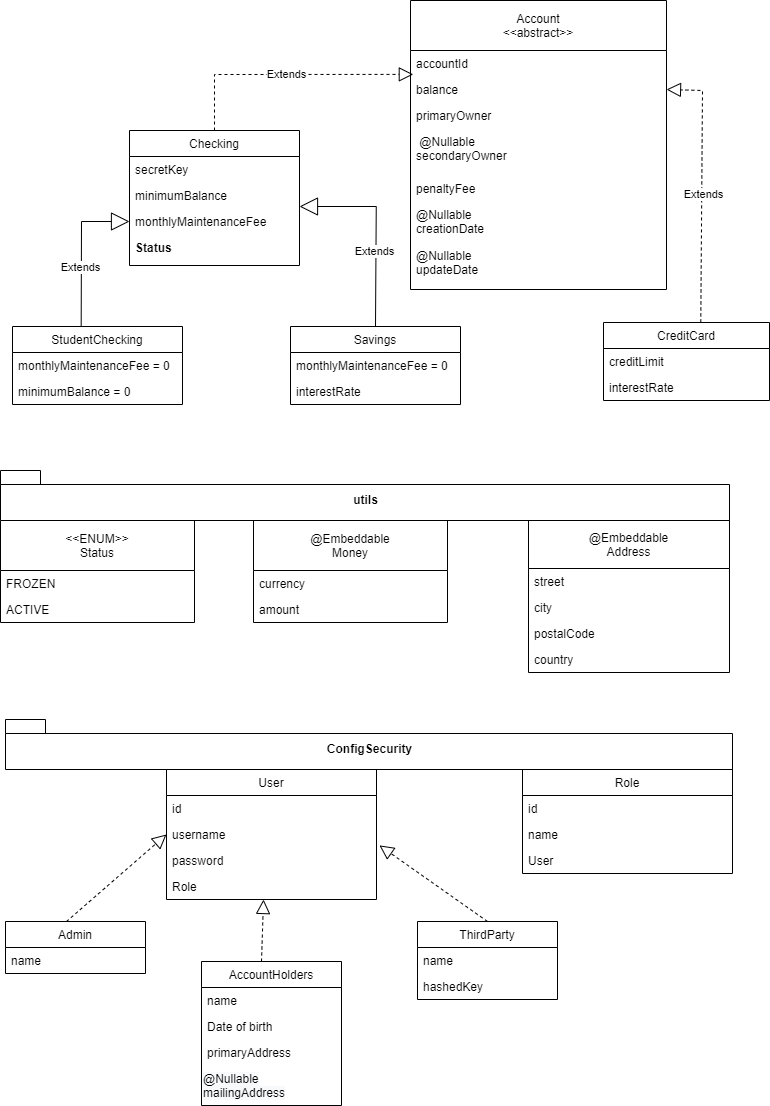
Before: Diagrama de Clase - BankingProject.png, a diagram exported from draw.io (IreneOliveto/IronHack-final-project). Source tidied: cells renumbered, new cells last; positions are measured from the earlier drawing's top-left corner, leaving out a move shared by most shapes.
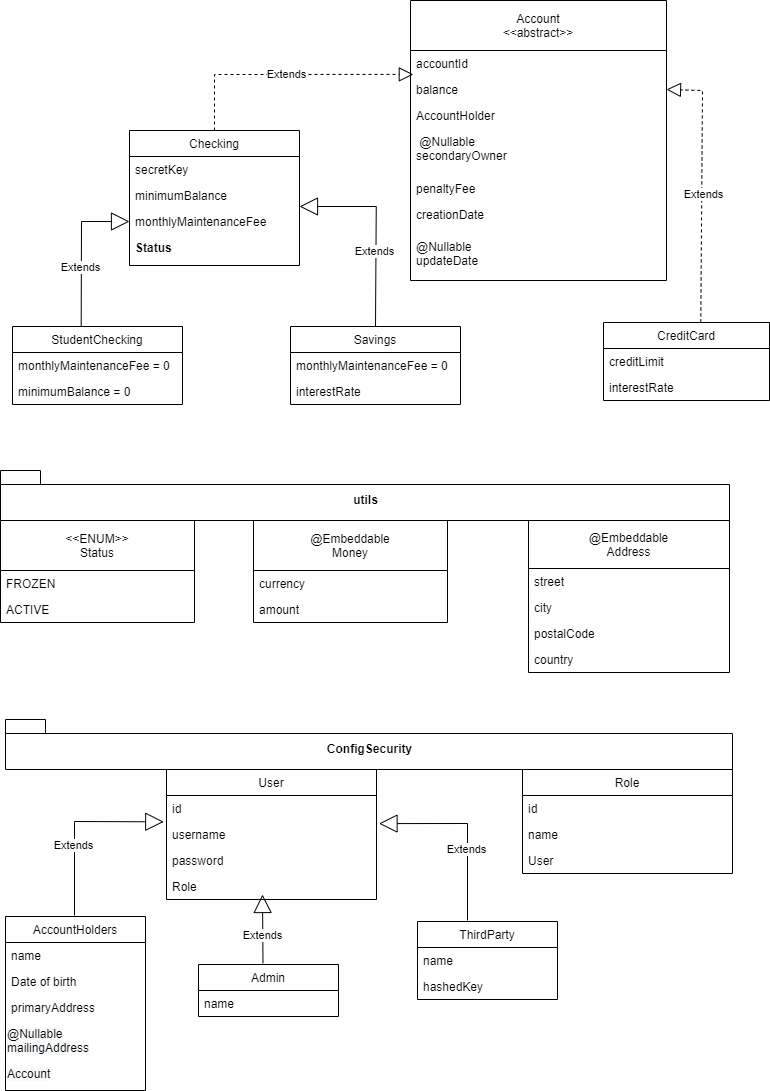
The same file after the commit.

Change to the diagram source:
```diff
@@ -3,7 +3,7 @@
     <mxCell id="0" />
     <mxCell id="1" parent="0" />
     <mxCell id="2" value="Account&#10;&lt;&lt;abstract&gt;&gt;" style="swimlane;fontStyle=0;horizontal=1;startSize=50;fillColor=none;" parent="1" vertex="1">
-      <mxGeometry x="410" width="256" height="289" as="geometry" />
+      <mxGeometry x="410" width="256" height="280" as="geometry" />
     </mxCell>
     <mxCell id="3" value="accountId" style="text;strokeColor=none;fillColor=none;align=left;verticalAlign=top;spacingLeft=4;spacingRight=4;overflow=hidden;" parent="2" vertex="1">
       <mxGeometry y="50" width="256" height="26" as="geometry" />
@@ -11,7 +11,7 @@
     <mxCell id="4" value="balance" style="text;strokeColor=none;fillColor=none;align=left;verticalAlign=top;spacingLeft=4;spacingRight=4;overflow=hidden;points=[[0,0.5],[1,0.5]];portConstraint=eastwest;" parent="2" vertex="1">
       <mxGeometry y="76" width="256" height="26" as="geometry" />
     </mxCell>
-    <mxCell id="5" value="primaryOwner" style="text;strokeColor=none;fillColor=none;align=left;verticalAlign=top;spacingLeft=4;spacingRight=4;overflow=hidden;" parent="2" vertex="1">
+    <mxCell id="5" value="AccountHolder" style="text;strokeColor=none;fillColor=none;align=left;verticalAlign=top;spacingLeft=4;spacingRight=4;overflow=hidden;" parent="2" vertex="1">
       <mxGeometry y="102" width="256" height="26" as="geometry" />
     </mxCell>
     <mxCell id="6" value=" @Nullable&#10;secondaryOwner" style="text;align=left;verticalAlign=top;spacingLeft=4;spacingRight=4;overflow=hidden;strokeColor=none;" parent="2" vertex="1">
@@ -20,11 +20,11 @@
     <mxCell id="7" value="penaltyFee" style="text;align=left;verticalAlign=top;spacingLeft=4;spacingRight=4;overflow=hidden;" parent="2" vertex="1">
       <mxGeometry y="175" width="256" height="26" as="geometry" />
     </mxCell>
-    <mxCell id="8" value="@Nullable&#10;creationDate" style="text;align=left;verticalAlign=top;spacingLeft=4;spacingRight=4;overflow=hidden;" parent="2" vertex="1">
-      <mxGeometry y="201" width="256" height="41" as="geometry" />
+    <mxCell id="8" value="creationDate" style="text;align=left;verticalAlign=top;spacingLeft=4;spacingRight=4;overflow=hidden;" parent="2" vertex="1">
+      <mxGeometry y="201" width="256" height="32" as="geometry" />
     </mxCell>
     <mxCell id="9" value="@Nullable&#10;updateDate" style="text;align=left;verticalAlign=top;spacingLeft=4;spacingRight=4;overflow=hidden;" parent="2" vertex="1">
-      <mxGeometry y="242" width="256" height="47" as="geometry" />
+      <mxGeometry y="233" width="256" height="47" as="geometry" />
     </mxCell>
     <mxCell id="10" value="Checking" style="swimlane;fontStyle=0;align=center;verticalAlign=top;horizontal=1;startSize=26;rounded=0;shadow=0;strokeWidth=1;" parent="1" vertex="1">
       <mxGeometry x="129" y="130" width="170" height="135" as="geometry" />
@@ -102,6 +102,12 @@
     <mxCell id="33" value="password" style="text;strokeColor=none;fillColor=none;align=left;verticalAlign=top;spacingLeft=4;spacingRight=4;overflow=hidden;points=[[0,0.5],[1,0.5]];portConstraint=eastwest;" parent="30" vertex="1">
       <mxGeometry y="78" width="210" height="26" as="geometry" />
     </mxCell>
+    <mxCell id="66" value="Extends" style="endArrow=block;endSize=16;endFill=0;html=1;rounded=0;" parent="30" edge="1">
+      <mxGeometry x="-0.19" relative="1" as="geometry">
+        <mxPoint x="96.5" y="193.9" as="sourcePoint" />
+        <mxPoint x="96" y="125" as="targetPoint" />
+      </mxGeometry>
+    </mxCell>
     <mxCell id="34" value="Role" style="text;strokeColor=none;fillColor=none;align=left;verticalAlign=top;spacingLeft=4;spacingRight=4;overflow=hidden;points=[[0,0.5],[1,0.5]];portConstraint=eastwest;" parent="30" vertex="1">
       <mxGeometry y="104" width="210" height="26" as="geometry" />
     </mxCell>
@@ -114,6 +120,14 @@
     <mxCell id="37" value="id" style="text;strokeColor=none;fillColor=none;align=left;verticalAlign=top;spacingLeft=4;spacingRight=4;overflow=hidden;" parent="36" vertex="1">
       <mxGeometry y="26" width="210" height="26" as="geometry" />
     </mxCell>
+    <mxCell id="67" value="Extends" style="endArrow=block;endSize=16;endFill=0;html=1;rounded=0;entryX=1.012;entryY=0.081;entryDx=0;entryDy=0;entryPerimeter=0;" parent="36" edge="1" target="32">
+      <mxGeometry x="-0.24" y="1" relative="1" as="geometry">
+        <mxPoint x="-55" y="151" as="sourcePoint" />
+        <Array as="points">
+          <mxPoint x="-55" y="54" />
+        </Array>
+      </mxGeometry>
+    </mxCell>
     <mxCell id="38" value="name" style="text;strokeColor=none;fillColor=none;align=left;verticalAlign=top;spacingLeft=4;spacingRight=4;overflow=hidden;" parent="36" vertex="1">
       <mxGeometry y="52" width="210" height="26" as="geometry" />
     </mxCell>
@@ -121,19 +135,14 @@
       <mxGeometry y="78" width="210" height="26" as="geometry" />
     </mxCell>
     <mxCell id="40" value="Admin" style="swimlane;fontStyle=0;horizontal=1;startSize=26;fillColor=none;" parent="1" vertex="1">
-      <mxGeometry x="5" y="921" width="140" height="52" as="geometry" />
+      <mxGeometry x="198" y="964" width="140" height="52" as="geometry" />
     </mxCell>
     <mxCell id="41" value="name" style="text;strokeColor=none;fillColor=none;align=left;verticalAlign=top;spacingLeft=4;spacingRight=4;overflow=hidden;" parent="40" vertex="1">
       <mxGeometry y="26" width="140" height="26" as="geometry" />
     </mxCell>
     <mxCell id="42" value="AccountHolders" style="swimlane;fontStyle=0;horizontal=1;startSize=26;fillColor=none;" parent="1" vertex="1">
-      <mxGeometry x="201" y="961" width="140" height="144" as="geometry" />
+      <mxGeometry x="5" y="916" width="140" height="174" as="geometry" />
     </mxCell>
-    <mxCell id="43" style="endArrow=block;dashed=1;endFill=0;endSize=12;html=1;rounded=0;entryX=0.462;entryY=1;entryDx=0;entryDy=0;entryPerimeter=0;" parent="42" edge="1" target="34">
-      <mxGeometry relative="1" as="geometry">
-        <mxPoint x="60" as="sourcePoint" />
-      </mxGeometry>
-    </mxCell>
     <mxCell id="44" value="name" style="text;strokeColor=none;fillColor=none;align=left;verticalAlign=top;spacingLeft=4;spacingRight=4;overflow=hidden;" parent="42" vertex="1">
       <mxGeometry y="26" width="140" height="26" as="geometry" />
     </mxCell>
@@ -146,6 +155,9 @@
     <mxCell id="47" value="&lt;span style=&quot;color: rgb(0, 0, 0); font-family: Helvetica; font-size: 12px; font-style: normal; font-variant-ligatures: normal; font-variant-caps: normal; font-weight: 400; letter-spacing: normal; orphans: 2; text-align: left; text-indent: 0px; text-transform: none; widows: 2; word-spacing: 0px; -webkit-text-stroke-width: 0px; background-color: rgb(248, 249, 250); text-decoration-thickness: initial; text-decoration-style: initial; text-decoration-color: initial; float: none; display: inline !important;&quot;&gt;@Nullable mailingAddress&lt;/span&gt;" style="text;whiteSpace=wrap;html=1;" parent="42" vertex="1">
       <mxGeometry y="104" width="140" height="40" as="geometry" />
     </mxCell>
+    <mxCell id="68" value="&lt;span style=&quot;color: rgb(0, 0, 0); font-family: Helvetica; font-size: 12px; font-style: normal; font-variant-ligatures: normal; font-variant-caps: normal; font-weight: 400; letter-spacing: normal; orphans: 2; text-align: left; text-indent: 0px; text-transform: none; widows: 2; word-spacing: 0px; -webkit-text-stroke-width: 0px; background-color: rgb(248, 249, 250); text-decoration-thickness: initial; text-decoration-style: initial; text-decoration-color: initial; float: none; display: inline !important;&quot;&gt;Account&lt;/span&gt;" style="text;whiteSpace=wrap;html=1;" parent="42" vertex="1">
+      <mxGeometry y="144" width="140" height="30" as="geometry" />
+    </mxCell>
     <mxCell id="48" value="ThirdParty" style="swimlane;fontStyle=0;horizontal=1;startSize=26;fillColor=none;" parent="1" vertex="1">
       <mxGeometry x="417" y="921" width="140" height="78" as="geometry" />
     </mxCell>
@@ -155,9 +167,6 @@
     <mxCell id="50" value="hashedKey" style="text;strokeColor=none;fillColor=none;align=left;verticalAlign=top;spacingLeft=4;spacingRight=4;overflow=hidden;" parent="48" vertex="1">
       <mxGeometry y="52" width="140" height="26" as="geometry" />
     </mxCell>
-    <mxCell id="51" style="endArrow=block;dashed=1;endFill=0;endSize=12;html=1;rounded=0;exitX=0.435;exitY=0.002;exitDx=0;exitDy=0;exitPerimeter=0;entryX=0;entryY=0.5;entryDx=0;entryDy=0;" parent="1" edge="1" source="40" target="32">
-      <mxGeometry relative="1" as="geometry" />
-    </mxCell>
     <mxCell id="52" style="endArrow=block;dashed=1;endFill=0;endSize=12;html=1;rounded=0;exitX=0.5;exitY=0;exitDx=0;exitDy=0;entryX=0.011;entryY=-0.081;entryDx=0;entryDy=0;entryPerimeter=0;" parent="1" edge="1" source="10" target="4">
       <mxGeometry relative="1" as="geometry">
         <Array as="points">
@@ -168,9 +177,6 @@
     <mxCell id="53" value="Extends" style="edgeLabel;html=1;align=center;verticalAlign=middle;" parent="52" vertex="1">
       <mxGeometry relative="1" as="geometry" />
     </mxCell>
-    <mxCell id="54" style="endArrow=block;dashed=1;endFill=0;endSize=12;html=1;rounded=0;exitX=0.5;exitY=0;exitDx=0;exitDy=0;entryX=1.014;entryY=-0.081;entryDx=0;entryDy=0;entryPerimeter=0;" parent="1" edge="1" source="48" target="33">
-      <mxGeometry relative="1" as="geometry" />
-    </mxCell>
     <mxCell id="55" value="utils" style="shape=folder;fontStyle=1;spacingTop=10;tabWidth=40;tabHeight=14;tabPosition=left;html=1;" parent="1" vertex="1">
       <mxGeometry y="470" width="729" height="50" as="geometry" />
     </mxCell>
@@ -213,5 +219,13 @@
         </Array>
       </mxGeometry>
     </mxCell>
+    <mxCell id="69" value="Extends" style="endArrow=block;endSize=16;endFill=0;html=1;rounded=0;entryX=-0.013;entryY=0.013;entryDx=0;entryDy=0;entryPerimeter=0;" parent="1" edge="1" target="32">
+      <mxGeometry x="-0.24" y="1" relative="1" as="geometry">
+        <mxPoint x="74" y="915" as="sourcePoint" />
+        <Array as="points">
+          <mxPoint x="74" y="821" />
+        </Array>
+      </mxGeometry>
+    </mxCell>
   </root>
 </mxGraphModel>
```
